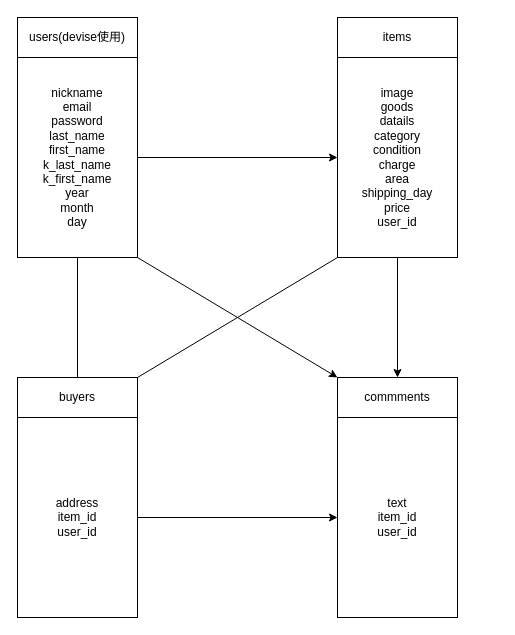
Earlier version of the draw.io diagram ERfigure.dio (1chi1en/furima-30583). Source tidied: cells renumbered, new cells numbered last; positions are measured from the earlier drawing's top-left corner, leaving out a move shared by most shapes. Both pictures are drawn from the tidied source at 100%, with x=0, y=0 at pixel (17, 17).
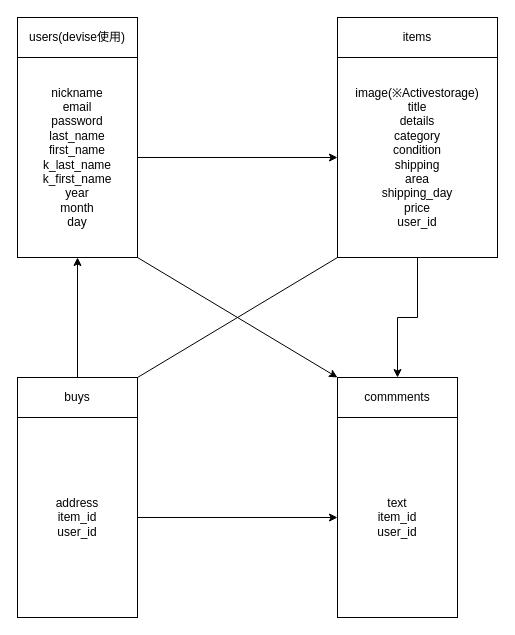
The same diagram, later.

The change refers to these unchanged cells:
```xml
<mxCell id="6" value="nickname&lt;br&gt;email&lt;br&gt;password&lt;br&gt;last_name&lt;br&gt;first_name&lt;br&gt;k_last_name&lt;br&gt;k_first_name&lt;br&gt;year&lt;br&gt;month&lt;br&gt;day" style="text;html=1;strokeColor=none;fillColor=none;align=center;verticalAlign=middle;whiteSpace=wrap;rounded=0;" parent="2" vertex="1">
  <mxGeometry y="40" width="120" height="200" as="geometry" />
</mxCell>
<mxCell id="12" style="group;" parent="1" vertex="1">
  <mxGeometry y="360" width="120" height="240" as="geometry" />
</mxCell>
<mxCell id="17" value="commments" style="rounded=0;whiteSpace=wrap;html=1;" parent="16" vertex="1">
  <mxGeometry width="120" height="40" as="geometry" />
</mxCell>
```

Change to the diagram source:
```diff
@@
     <mxCell id="7" style="group;" parent="1" vertex="1">
-      <mxGeometry x="320" width="120" height="240" as="geometry" />
+      <mxGeometry x="320" width="160" height="240" as="geometry" />
     </mxCell>
     <mxCell id="8" style="rounded=0;whiteSpace=wrap;html=1;" parent="7" vertex="1">
-      <mxGeometry width="120" height="40" as="geometry" />
+      <mxGeometry width="160" height="40" as="geometry" />
     </mxCell>
     <mxCell id="9" style="rounded=0;whiteSpace=wrap;html=1;" parent="7" vertex="1">
-      <mxGeometry y="40" width="120" height="200" as="geometry" />
+      <mxGeometry y="40" width="160" height="200" as="geometry" />
     </mxCell>
     <mxCell id="10" value="items" style="text;html=1;strokeColor=none;fillColor=none;align=center;verticalAlign=middle;whiteSpace=wrap;rounded=0;" parent="7" vertex="1">
-      <mxGeometry width="120" height="40" as="geometry" />
+      <mxGeometry width="160" height="40" as="geometry" />
     </mxCell>
-    <mxCell id="11" value="image&lt;br&gt;goods&lt;br&gt;datails&lt;br&gt;category&lt;br&gt;condition&lt;br&gt;charge&lt;br&gt;area&lt;br&gt;shipping_day&lt;br&gt;price&lt;br&gt;user_id" style="text;html=1;strokeColor=none;fillColor=none;align=center;verticalAlign=middle;whiteSpace=wrap;rounded=0;" parent="7" vertex="1">
-      <mxGeometry y="40" width="120" height="200" as="geometry" />
+    <mxCell id="11" value="image(※Activestorage)&lt;br&gt;title&lt;br&gt;details&lt;br&gt;category&lt;br&gt;condition&lt;br&gt;shipping&lt;br&gt;area&lt;br&gt;shipping_day&lt;br&gt;price&lt;br&gt;user_id" style="text;html=1;strokeColor=none;fillColor=none;align=center;verticalAlign=middle;whiteSpace=wrap;rounded=0;" parent="7" vertex="1">
+      <mxGeometry y="40" width="160" height="200" as="geometry" />
     </mxCell>
@@
-    <mxCell id="13" value="buyers" style="rounded=0;whiteSpace=wrap;html=1;" parent="12" vertex="1">
+    <mxCell id="13" value="buys" style="rounded=0;whiteSpace=wrap;html=1;" parent="12" vertex="1">
       <mxGeometry width="120" height="40" as="geometry" />
     </mxCell>
@@
-    <mxCell id="22" style="endArrow=none;html=1;entryX=0.5;entryY=1;entryDx=0;entryDy=0;exitX=0.5;exitY=0;exitDx=0;exitDy=0;" parent="1" edge="1" source="13" target="6">
-      <mxGeometry relative="1" as="geometry" />
-    </mxCell>
@@
-    <mxCell id="25" style="endArrow=classic;html=1;entryX=0;entryY=0;entryDx=0;entryDy=0;exitX=1;exitY=1;exitDx=0;exitDy=0;" parent="1" edge="1" source="6" target="17">
+    <mxCell id="25" style="endArrow=classic;html=1;exitX=1;exitY=1;exitDx=0;exitDy=0;entryX=0;entryY=0;entryDx=0;entryDy=0;" parent="1" edge="1" source="6" target="17">
       <mxGeometry relative="1" as="geometry" />
     </mxCell>
+    <mxCell id="22" style="edgeStyle=orthogonalEdgeStyle;rounded=0;jettySize=auto;html=1;exitX=0.5;exitY=0;exitDx=0;exitDy=0;entryX=0.5;entryY=1;entryDx=0;entryDy=0;" parent="1" edge="1" source="13" target="6">
+      <mxGeometry relative="1" as="geometry" />
+    </mxCell>
```
